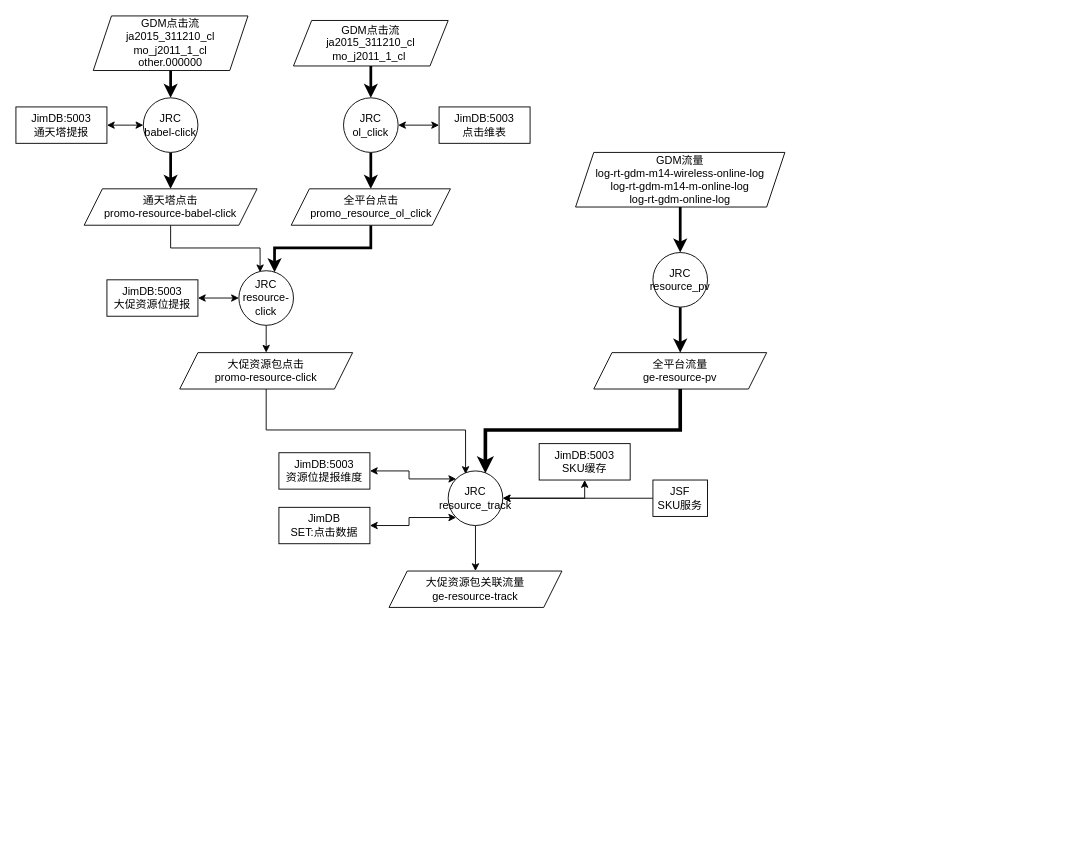
Earlier version of the draw.io diagram 大促资源包.drawio (kaiwanxiaom/test). Source tidied: cells renumbered, new cells numbered last; positions are measured from the earlier drawing's top-left corner, leaving out a move shared by most shapes. Both pictures are drawn from the tidied source at 91%, with x=0, y=0 at pixel (15, 15).
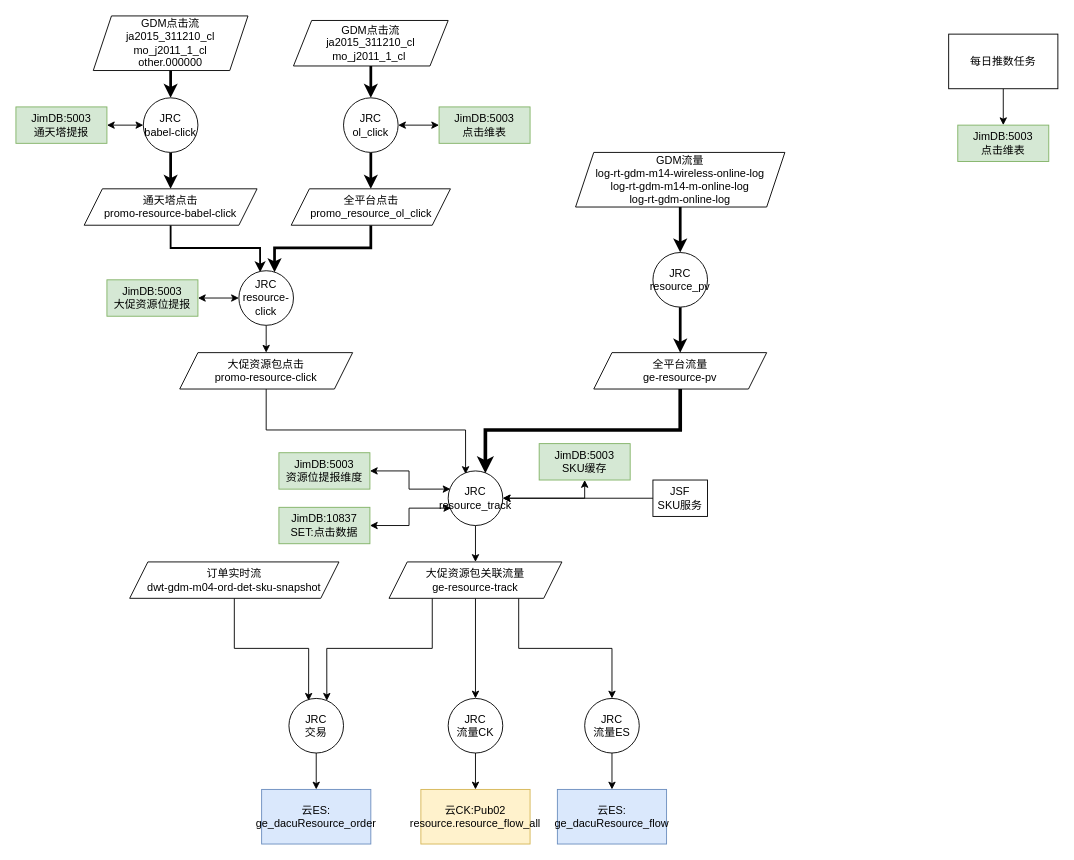
Above is the later version.

Commit message:
更新大促资源包.drawio

Unchanged cells that the change refers to:
```xml
<mxCell id="7" value="通天塔点击&lt;br&gt;promo-resource-babel-click" style="shape=parallelogram;perimeter=parallelogramPerimeter;whiteSpace=wrap;html=1;fixedSize=1;" parent="1" vertex="1">
  <mxGeometry x="75" y="190" width="190" height="40" as="geometry" />
</mxCell>
<mxCell id="15" value="JRC&lt;br&gt;resource-click" style="ellipse;whiteSpace=wrap;html=1;" parent="1" vertex="1">
  <mxGeometry x="245" y="280" width="60" height="60" as="geometry" />
</mxCell>
<mxCell id="20" value="JRC&lt;br&gt;resource_track" style="ellipse;whiteSpace=wrap;html=1;" parent="1" vertex="1">
  <mxGeometry x="475" y="500" width="60" height="60" as="geometry" />
</mxCell>
```

Diff of the diagram source:
```diff
@@
-    <mxCell id="3" value="GDM点击流&lt;br&gt;ja2015_311210_cl&lt;br&gt;mo_j2011_1_cl&lt;br&gt;other.000000&lt;span&gt;&#9;&lt;/span&gt;&lt;br&gt;&lt;span&gt;&#9;&lt;/span&gt;" style="shape=parallelogram;perimeter=parallelogramPerimeter;whiteSpace=wrap;html=1;fixedSize=1;" parent="1" vertex="1">
+    <mxCell id="3" value="GDM点击流&lt;br&gt;ja2015_311210_cl&lt;br&gt;mo_j2011_1_cl&lt;br&gt;other.000000&lt;span&gt; &lt;/span&gt;&lt;br&gt;&lt;span&gt; &lt;/span&gt;" style="shape=parallelogram;perimeter=parallelogramPerimeter;whiteSpace=wrap;html=1;fixedSize=1;" parent="1" vertex="1">
       <mxGeometry x="85" width="170" height="60" as="geometry" />
     </mxCell>
@@
-    <mxCell id="6" style="edgeStyle=orthogonalEdgeStyle;rounded=0;jettySize=auto;html=1;exitX=0.5;exitY=1;exitDx=0;exitDy=0;entryX=0.389;entryY=0.028;entryDx=0;entryDy=0;entryPerimeter=0;" parent="1" edge="1" source="7" target="15">
+    <mxCell id="6" style="edgeStyle=orthogonalEdgeStyle;rounded=0;jettySize=auto;html=1;exitX=0.5;exitY=1;exitDx=0;exitDy=0;entryX=0.389;entryY=0.028;entryDx=0;entryDy=0;entryPerimeter=0;strokeWidth=2;" parent="1" edge="1" source="7" target="15">
       <mxGeometry relative="1" as="geometry" />
     </mxCell>
@@
-    <mxCell id="9" value="GDM点击流&lt;br&gt;ja2015_311210_cl&lt;br&gt;mo_j2011_1_cl&lt;span&gt;&amp;nbsp;&lt;/span&gt;&lt;br&gt;&lt;span&gt;&#9;&lt;/span&gt;" style="shape=parallelogram;perimeter=parallelogramPerimeter;whiteSpace=wrap;html=1;fixedSize=1;" parent="1" vertex="1">
+    <mxCell id="9" value="GDM点击流&lt;br&gt;ja2015_311210_cl&lt;br&gt;mo_j2011_1_cl&lt;span&gt;&amp;nbsp;&lt;/span&gt;&lt;br&gt;&lt;span&gt; &lt;/span&gt;" style="shape=parallelogram;perimeter=parallelogramPerimeter;whiteSpace=wrap;html=1;fixedSize=1;" parent="1" vertex="1">
       <mxGeometry x="305" y="5" width="170" height="50" as="geometry" />
     </mxCell>
@@
-    <mxCell id="19" style="edgeStyle=orthogonalEdgeStyle;rounded=0;jettySize=auto;html=1;exitX=0;exitY=0;exitDx=0;exitDy=0;startArrow=classic;startFill=1;" parent="1" edge="1" source="20" target="30">
+    <mxCell id="19" style="edgeStyle=orthogonalEdgeStyle;rounded=0;jettySize=auto;html=1;exitX=0.042;exitY=0.333;exitDx=0;exitDy=0;startArrow=classic;startFill=1;exitPerimeter=0;" parent="1" edge="1" source="20" target="30">
       <mxGeometry relative="1" as="geometry" />
     </mxCell>
@@
-    <mxCell id="22" value="GDM流量&lt;br&gt;&lt;div&gt;log-rt-gdm-m14-wireless-online-log&lt;/div&gt;&lt;div&gt;&lt;/div&gt;&lt;div&gt;log-rt-gdm-m14-m-online-log&lt;/div&gt;&lt;div&gt;&lt;/div&gt;&lt;div&gt;log-rt-gdm-online-log&lt;/div&gt;&lt;span&gt;&#9;&lt;/span&gt;" style="shape=parallelogram;perimeter=parallelogramPerimeter;whiteSpace=wrap;html=1;fixedSize=1;" parent="1" vertex="1">
+    <mxCell id="22" value="GDM流量&lt;br&gt;&lt;div&gt;log-rt-gdm-m14-wireless-online-log&lt;/div&gt;&lt;div&gt;&lt;/div&gt;&lt;div&gt;log-rt-gdm-m14-m-online-log&lt;/div&gt;&lt;div&gt;&lt;/div&gt;&lt;div&gt;log-rt-gdm-online-log&lt;/div&gt;&lt;span&gt; &lt;/span&gt;" style="shape=parallelogram;perimeter=parallelogramPerimeter;whiteSpace=wrap;html=1;fixedSize=1;" parent="1" vertex="1">
       <mxGeometry x="615" y="150" width="230" height="60" as="geometry" />
     </mxCell>
@@
+    <mxCell id="41" style="edgeStyle=orthogonalEdgeStyle;rounded=0;jumpSize=3;jettySize=auto;html=1;exitX=0.25;exitY=1;exitDx=0;exitDy=0;entryX=0.694;entryY=0.042;entryDx=0;entryDy=0;startArrow=none;startFill=0;startSize=6;endSize=6;strokeWidth=1;entryPerimeter=0;" parent="1" edge="1" source="27" target="51">
+      <mxGeometry relative="1" as="geometry" />
+    </mxCell>
+    <mxCell id="42" style="edgeStyle=orthogonalEdgeStyle;rounded=0;jumpSize=3;jettySize=auto;html=1;exitX=0.5;exitY=1;exitDx=0;exitDy=0;entryX=0.5;entryY=0;entryDx=0;entryDy=0;startArrow=none;startFill=0;startSize=6;endSize=6;strokeWidth=1;" parent="1" edge="1" source="27" target="45">
+      <mxGeometry relative="1" as="geometry" />
+    </mxCell>
+    <mxCell id="43" style="edgeStyle=orthogonalEdgeStyle;rounded=0;jumpSize=3;jettySize=auto;html=1;exitX=0.75;exitY=1;exitDx=0;exitDy=0;entryX=0.5;entryY=0;entryDx=0;entryDy=0;startArrow=none;startFill=0;startSize=6;endSize=6;strokeWidth=1;" parent="1" edge="1" source="27" target="47">
+      <mxGeometry relative="1" as="geometry" />
+    </mxCell>
     <mxCell id="27" value="大促资源包关联流量&lt;br&gt;ge-resource-track" style="shape=parallelogram;perimeter=parallelogramPerimeter;whiteSpace=wrap;html=1;fixedSize=1;" parent="1" vertex="1">
-      <mxGeometry x="410" y="610" width="190" height="40" as="geometry" />
+      <mxGeometry x="410" y="600" width="190" height="40" as="geometry" />
     </mxCell>
@@
-    <mxCell id="30" value="JimDB:5003&lt;br&gt;资源位提报维度" style="rounded=0;whiteSpace=wrap;html=1;" parent="1" vertex="1">
+    <mxCell id="30" value="JimDB:5003&lt;br&gt;资源位提报维度" style="rounded=0;whiteSpace=wrap;html=1;fillColor=#d5e8d4;strokeColor=#82b366;" parent="1" vertex="1">
       <mxGeometry x="289" y="480" width="100" height="40" as="geometry" />
     </mxCell>
-    <mxCell id="31" style="edgeStyle=orthogonalEdgeStyle;rounded=0;jettySize=auto;html=1;exitX=1;exitY=0.5;exitDx=0;exitDy=0;entryX=0;entryY=1;entryDx=0;entryDy=0;startArrow=classic;startFill=1;" parent="1" edge="1" source="32" target="20">
+    <mxCell id="31" style="edgeStyle=orthogonalEdgeStyle;rounded=0;jettySize=auto;html=1;exitX=1;exitY=0.5;exitDx=0;exitDy=0;entryX=0.056;entryY=0.681;entryDx=0;entryDy=0;startArrow=classic;startFill=1;entryPerimeter=0;" parent="1" edge="1" source="32" target="20">
       <mxGeometry relative="1" as="geometry" />
     </mxCell>
-    <mxCell id="32" value="JimDB&lt;br&gt;SET:点击数据" style="rounded=0;whiteSpace=wrap;html=1;" parent="1" vertex="1">
+    <mxCell id="32" value="JimDB:10837&lt;br&gt;SET:点击数据" style="rounded=0;whiteSpace=wrap;html=1;fillColor=#d5e8d4;strokeColor=#82b366;" parent="1" vertex="1">
       <mxGeometry x="289" y="540" width="100" height="40" as="geometry" />
     </mxCell>
@@
-    <mxCell id="34" value="JimDB:5003&lt;br&gt;SKU缓存" style="rounded=0;whiteSpace=wrap;html=1;" parent="1" vertex="1">
+    <mxCell id="34" value="JimDB:5003&lt;br&gt;SKU缓存" style="rounded=0;whiteSpace=wrap;html=1;fillColor=#d5e8d4;strokeColor=#82b366;" parent="1" vertex="1">
       <mxGeometry x="575" y="470" width="100" height="40" as="geometry" />
     </mxCell>
@@
-    <mxCell id="36" value="JimDB:5003&lt;br&gt;大促资源位提报" style="rounded=0;whiteSpace=wrap;html=1;" parent="1" vertex="1">
+    <mxCell id="36" value="JimDB:5003&lt;br&gt;大促资源位提报" style="rounded=0;whiteSpace=wrap;html=1;fillColor=#d5e8d4;strokeColor=#82b366;" parent="1" vertex="1">
       <mxGeometry x="100" y="290" width="100" height="40" as="geometry" />
     </mxCell>
@@
-    <mxCell id="38" value="JimDB:5003&lt;br&gt;通天塔提报" style="rounded=0;whiteSpace=wrap;html=1;" parent="1" vertex="1">
+    <mxCell id="38" value="JimDB:5003&lt;br&gt;通天塔提报" style="rounded=0;whiteSpace=wrap;html=1;fillColor=#d5e8d4;strokeColor=#82b366;" parent="1" vertex="1">
       <mxGeometry y="100" width="100" height="40" as="geometry" />
     </mxCell>
@@
-    <mxCell id="40" value="JimDB:5003&lt;br&gt;点击维表" style="rounded=0;whiteSpace=wrap;html=1;" parent="1" vertex="1">
+    <mxCell id="40" value="JimDB:5003&lt;br&gt;点击维表" style="rounded=0;whiteSpace=wrap;html=1;fillColor=#d5e8d4;strokeColor=#82b366;" parent="1" vertex="1">
       <mxGeometry x="465" y="100" width="100" height="40" as="geometry" />
     </mxCell>
+    <mxCell id="44" style="edgeStyle=orthogonalEdgeStyle;rounded=0;jettySize=auto;html=1;exitX=0.5;exitY=1;exitDx=0;exitDy=0;entryX=0.5;entryY=0;entryDx=0;entryDy=0;" parent="1" edge="1" source="45" target="54">
+      <mxGeometry relative="1" as="geometry" />
+    </mxCell>
+    <mxCell id="45" value="JRC&lt;br&gt;流量CK" style="ellipse;whiteSpace=wrap;html=1;" parent="1" vertex="1">
+      <mxGeometry x="475" y="750" width="60" height="60" as="geometry" />
+    </mxCell>
+    <mxCell id="46" style="edgeStyle=orthogonalEdgeStyle;rounded=0;jettySize=auto;html=1;exitX=0.5;exitY=1;exitDx=0;exitDy=0;entryX=0.5;entryY=0;entryDx=0;entryDy=0;" parent="1" edge="1" source="47" target="53">
+      <mxGeometry relative="1" as="geometry" />
+    </mxCell>
+    <mxCell id="47" value="JRC&lt;br&gt;流量ES" style="ellipse;whiteSpace=wrap;html=1;" parent="1" vertex="1">
+      <mxGeometry x="625" y="750" width="60" height="60" as="geometry" />
+    </mxCell>
+    <mxCell id="48" style="edgeStyle=orthogonalEdgeStyle;rounded=0;jumpSize=3;jettySize=auto;html=1;exitX=0.5;exitY=1;exitDx=0;exitDy=0;entryX=0.361;entryY=0.042;entryDx=0;entryDy=0;entryPerimeter=0;startArrow=none;startFill=0;startSize=6;endSize=6;strokeWidth=1;" parent="1" edge="1" source="49" target="51">
+      <mxGeometry relative="1" as="geometry" />
+    </mxCell>
+    <mxCell id="49" value="订单实时流&lt;br&gt;dwt-gdm-m04-ord-det-sku-snapshot" style="shape=parallelogram;perimeter=parallelogramPerimeter;whiteSpace=wrap;html=1;fixedSize=1;" parent="1" vertex="1">
+      <mxGeometry x="125" y="600" width="230" height="40" as="geometry" />
+    </mxCell>
+    <mxCell id="50" style="edgeStyle=orthogonalEdgeStyle;rounded=0;jettySize=auto;html=1;exitX=0.5;exitY=1;exitDx=0;exitDy=0;entryX=0.5;entryY=0;entryDx=0;entryDy=0;" parent="1" edge="1" source="51" target="52">
+      <mxGeometry relative="1" as="geometry" />
+    </mxCell>
+    <mxCell id="51" value="JRC&lt;br&gt;交易" style="ellipse;whiteSpace=wrap;html=1;" parent="1" vertex="1">
+      <mxGeometry x="300" y="750" width="60" height="60" as="geometry" />
+    </mxCell>
+    <mxCell id="52" value="云ES:&lt;br&gt;ge_dacuResource_order" style="rounded=0;whiteSpace=wrap;html=1;fillColor=#dae8fc;strokeColor=#6c8ebf;" parent="1" vertex="1">
+      <mxGeometry x="270" y="850" width="120" height="60" as="geometry" />
+    </mxCell>
+    <mxCell id="53" value="云ES:&lt;br&gt;ge_dacuResource_flow" style="rounded=0;whiteSpace=wrap;html=1;fillColor=#dae8fc;strokeColor=#6c8ebf;" parent="1" vertex="1">
+      <mxGeometry x="595" y="850" width="120" height="60" as="geometry" />
+    </mxCell>
+    <mxCell id="54" value="云CK:Pub02&lt;br&gt;resource.resource_flow_all" style="rounded=0;whiteSpace=wrap;html=1;fillColor=#fff2cc;strokeColor=#d6b656;" parent="1" vertex="1">
+      <mxGeometry x="445" y="850" width="120" height="60" as="geometry" />
+    </mxCell>
+    <mxCell id="55" value="JimDB:5003&lt;br&gt;点击维表" style="rounded=0;whiteSpace=wrap;html=1;fillColor=#d5e8d4;strokeColor=#82b366;" parent="1" vertex="1">
+      <mxGeometry x="1035" y="120" width="100" height="40" as="geometry" />
+    </mxCell>
+    <mxCell id="56" style="edgeStyle=orthogonalEdgeStyle;rounded=0;jettySize=auto;html=1;exitX=0.5;exitY=1;exitDx=0;exitDy=0;entryX=0.5;entryY=0;entryDx=0;entryDy=0;" parent="1" edge="1" source="57" target="55">
+      <mxGeometry relative="1" as="geometry" />
+    </mxCell>
+    <mxCell id="57" value="每日推数任务" style="rounded=0;whiteSpace=wrap;html=1;" parent="1" vertex="1">
+      <mxGeometry x="1025" y="20" width="120" height="60" as="geometry" />
+    </mxCell>
```
